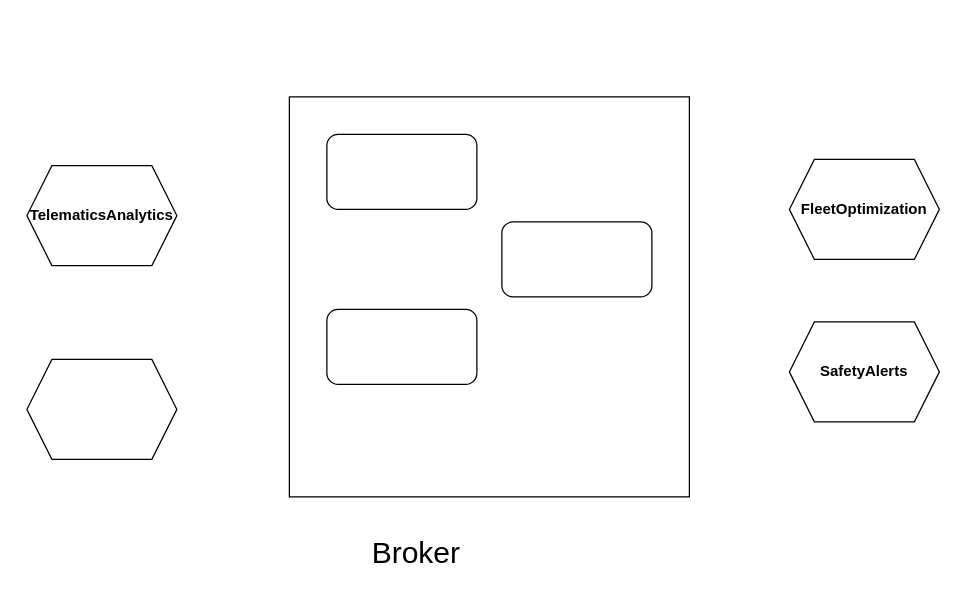
Earlier version of the draw.io diagram messagebroker.drawio (atheeswaran/Dissertation_VehicleAPIPlatform). Source tidied: cells renumbered, new cells numbered last; positions are measured from the earlier drawing's top-left corner, leaving out a move shared by most shapes. Both pictures are drawn from the tidied source at 125%, with x=0, y=0 at pixel (26, 96).
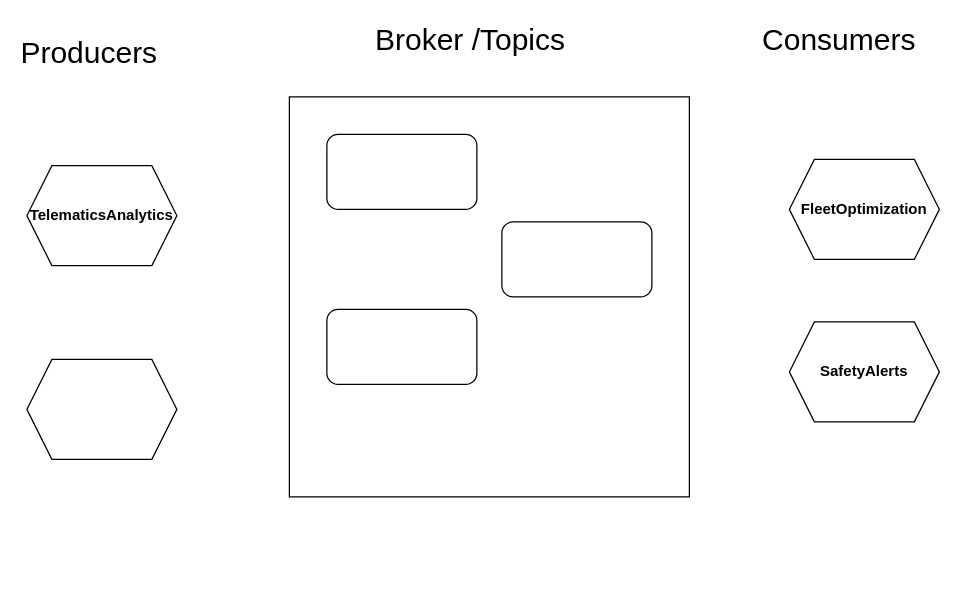
After the change.

What changed in the source:
```diff
@@
 <mxGraphModel>
   <root>
     <mxCell id="0" />
     <mxCell id="1" parent="0" />
     <mxCell id="2" value="&lt;b&gt;TelematicsAnalytics&lt;/b&gt;" style="shape=hexagon;perimeter=hexagonPerimeter2;whiteSpace=wrap;html=1;fixedSize=1;" parent="1" vertex="1">
       <mxGeometry y="55" width="120" height="80" as="geometry" />
     </mxCell>
     <mxCell id="3" value="&lt;b&gt;FleetOptimization&lt;/b&gt;" style="shape=hexagon;perimeter=hexagonPerimeter2;whiteSpace=wrap;html=1;fixedSize=1;" parent="1" vertex="1">
       <mxGeometry x="610" y="50" width="120" height="80" as="geometry" />
     </mxCell>
     <mxCell id="4" style="whiteSpace=wrap;html=1;" parent="1" vertex="1">
       <mxGeometry x="210" width="320" height="320" as="geometry" />
     </mxCell>
     <mxCell id="5" style="rounded=1;whiteSpace=wrap;html=1;" parent="1" vertex="1">
       <mxGeometry x="240" y="30" width="120" height="60" as="geometry" />
     </mxCell>
     <mxCell id="6" style="rounded=1;whiteSpace=wrap;html=1;" parent="1" vertex="1">
       <mxGeometry x="240" y="170" width="120" height="60" as="geometry" />
     </mxCell>
     <mxCell id="7" style="rounded=1;whiteSpace=wrap;html=1;" parent="1" vertex="1">
       <mxGeometry x="380" y="100" width="120" height="60" as="geometry" />
     </mxCell>
     <mxCell id="8" style="shape=hexagon;perimeter=hexagonPerimeter2;whiteSpace=wrap;html=1;fixedSize=1;" parent="1" vertex="1">
       <mxGeometry y="210" width="120" height="80" as="geometry" />
     </mxCell>
     <mxCell id="9" value="&lt;b&gt;SafetyAlerts&lt;/b&gt;" style="shape=hexagon;perimeter=hexagonPerimeter2;whiteSpace=wrap;html=1;fixedSize=1;" parent="1" vertex="1">
       <mxGeometry x="610" y="180" width="120" height="80" as="geometry" />
     </mxCell>
-    <mxCell id="10" value="&lt;font style=&quot;font-size: 24px;&quot;&gt;Broker&amp;nbsp;&lt;/font&gt;" style="text;html=1;align=center;verticalAlign=middle;whiteSpace=wrap;rounded=0;" parent="1" vertex="1">
-      <mxGeometry x="285" y="350" width="60" height="30" as="geometry" />
+    <mxCell id="10" value="&lt;font style=&quot;font-size: 24px;&quot;&gt;Broker /Topics&lt;/font&gt;" style="text;html=1;align=center;verticalAlign=middle;whiteSpace=wrap;rounded=0;" parent="1" vertex="1">
+      <mxGeometry x="270" y="-60" width="170" height="30" as="geometry" />
     </mxCell>
+    <mxCell id="11" value="&lt;font style=&quot;font-size: 24px;&quot;&gt;Producers&lt;/font&gt;" style="text;html=1;align=center;verticalAlign=middle;whiteSpace=wrap;rounded=0;" parent="1" vertex="1">
+      <mxGeometry x="20" y="-50" width="60" height="30" as="geometry" />
+    </mxCell>
+    <mxCell id="12" value="&lt;font style=&quot;font-size: 24px;&quot;&gt;Consumers&lt;/font&gt;" style="text;html=1;align=center;verticalAlign=middle;whiteSpace=wrap;rounded=0;" parent="1" vertex="1">
+      <mxGeometry x="620" y="-60" width="60" height="30" as="geometry" />
+    </mxCell>
   </root>
 </mxGraphModel>
```
